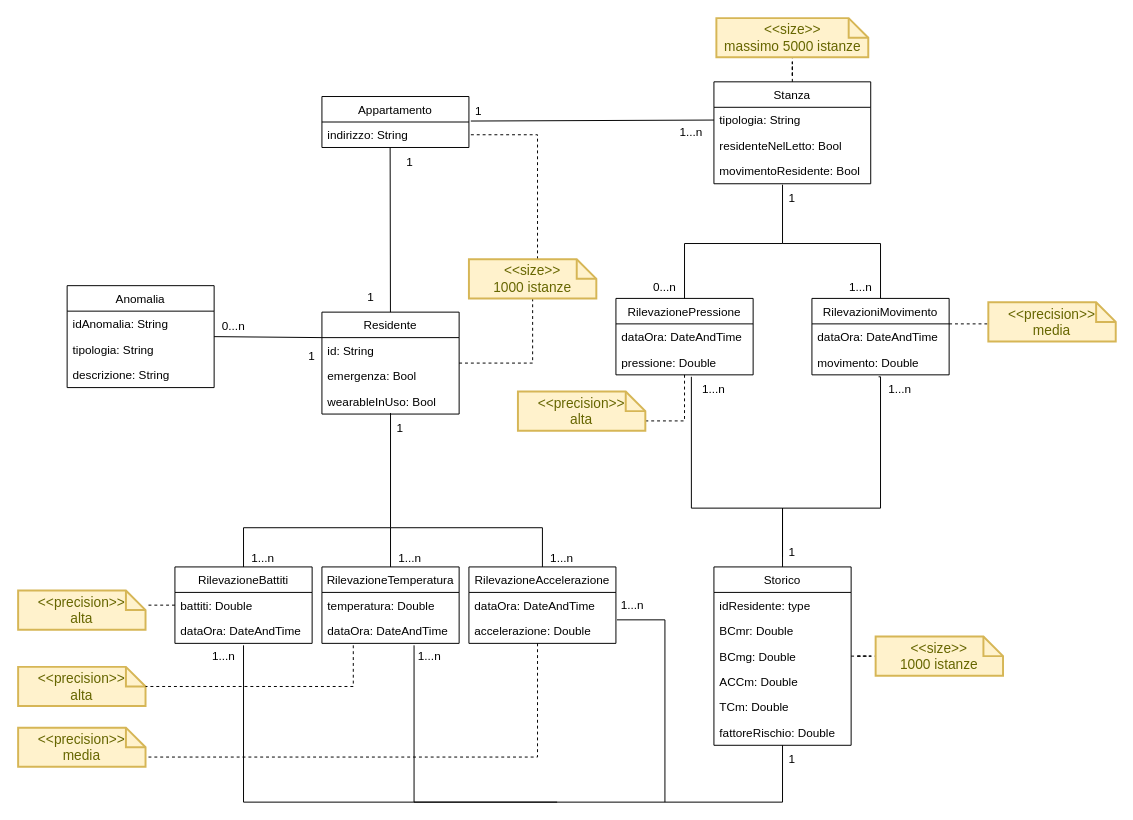
Wonderjack996/unimib-software-architecture keeps this draw.io diagram as Progetto/Modello_Dati/ModelloDati.drawio. Above is the earlier version. Source tidied: cells renumbered, new cells numbered last; positions are measured from the earlier drawing's top-left corner, leaving out a move shared by most shapes. Both pictures are drawn from the tidied source at 98%, with x=0, y=0 at pixel (18, 18).
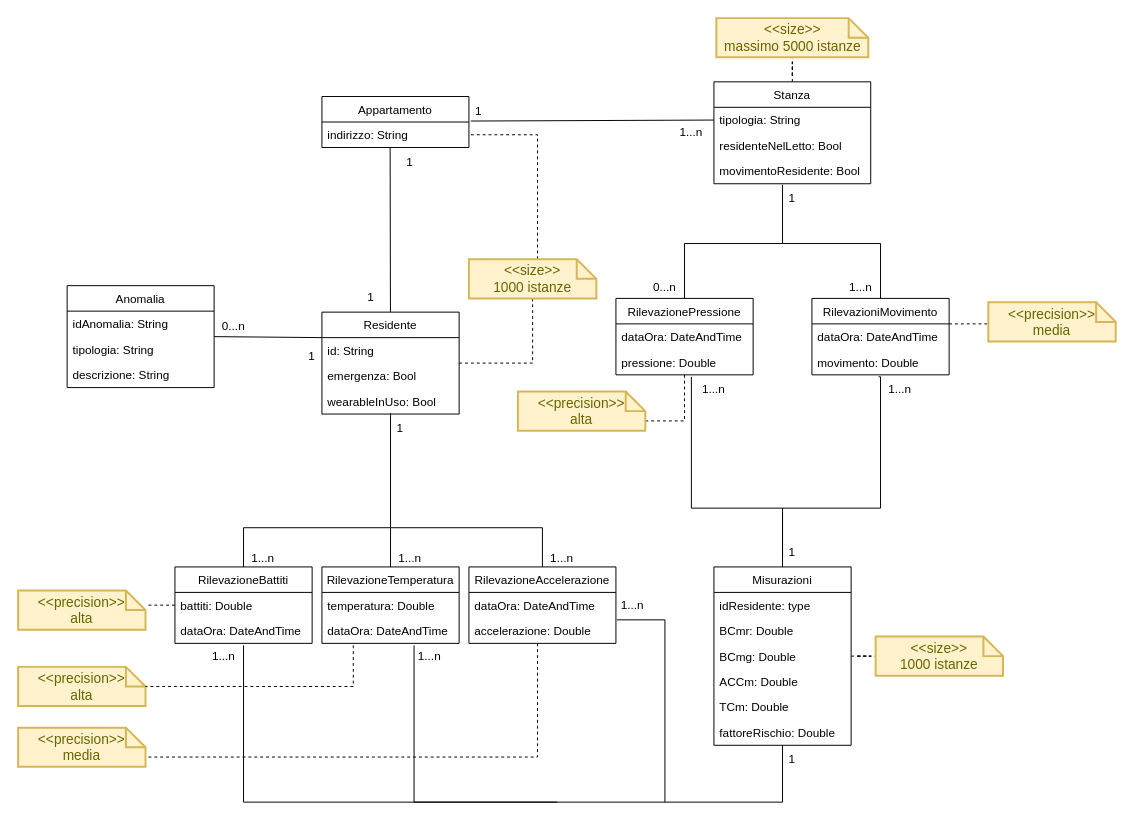
Above is the later version.

Change to the diagram source:
```diff
@@
-    <mxCell id="16" value="Storico" style="swimlane;fontStyle=0;horizontal=1;startSize=26;fillColor=none;" parent="1" vertex="1">
+    <mxCell id="16" value="Misurazioni" style="swimlane;fontStyle=0;horizontal=1;startSize=26;fillColor=none;" parent="1" vertex="1">
       <mxGeometry x="710" y="560" width="140" height="182" as="geometry" />
     </mxCell>
```
